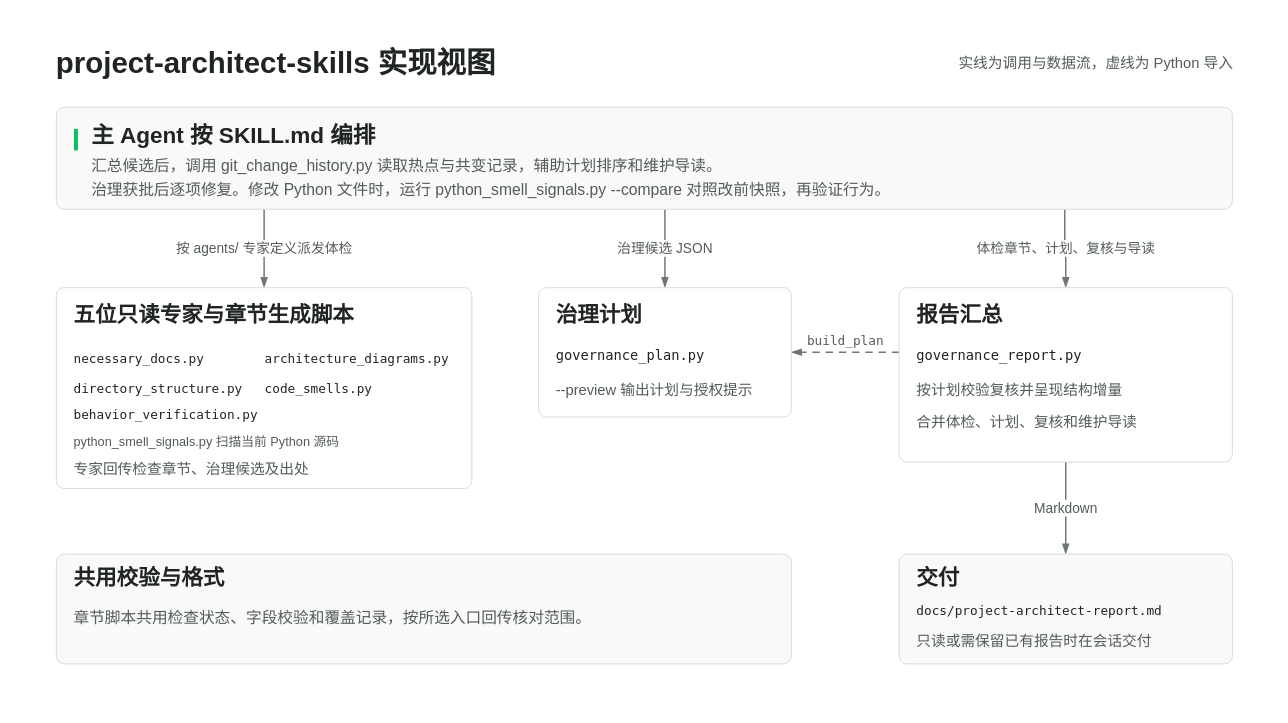
cabbage2000-lab/project-architect-skills keeps this draw.io diagram as docs/diagrams/implementation-architecture.drawio. Above is the earlier version. Source tidied: cells renumbered, new cells numbered last; positions are measured from the earlier drawing's top-left corner, leaving out a move shared by most shapes. Both pictures are drawn from the tidied source at 98%, with x=0, y=0 at pixel (17, 17).
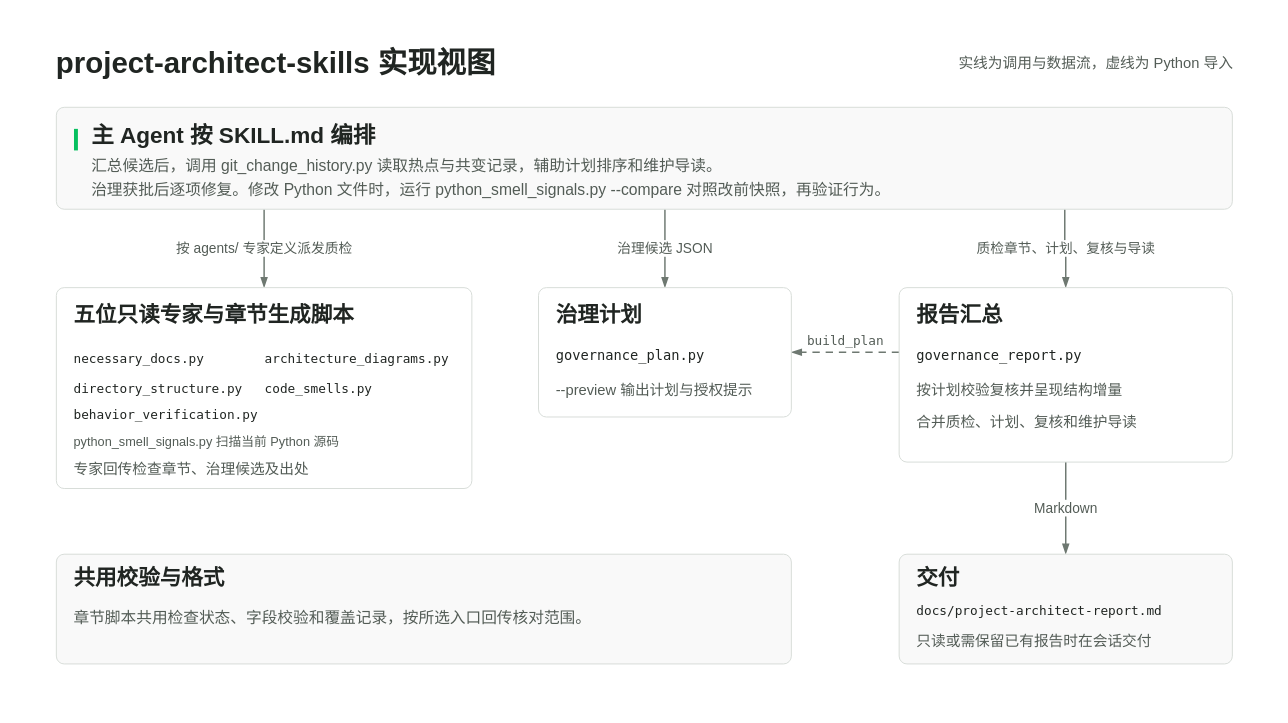
After the change.

The change refers to these unchanged cells:
```xml
<mxCell id="2" style="rounded=0;fillColor=#FFFFFF;strokeColor=none;html=1;" parent="1" vertex="1">
  <mxGeometry width="1280" height="704" as="geometry" />
</mxCell>
<mxCell id="10" style="rounded=1;absoluteArcSize=1;arcSize=16;strokeWidth=1;html=1;fillColor=#F9F9F9;strokeColor=#D8DDD9;" parent="2" vertex="1">
  <mxGeometry x="40" y="92" width="1200" height="104" as="geometry" />
</mxCell>
<mxCell id="15" style="rounded=1;absoluteArcSize=1;arcSize=16;strokeWidth=1;html=1;fillColor=#FFFFFF;strokeColor=#D8DDD9;" parent="2" vertex="1">
  <mxGeometry x="40" y="276" width="424" height="205" as="geometry" />
</mxCell>
<mxCell id="28" style="rounded=1;absoluteArcSize=1;arcSize=16;strokeWidth=1;html=1;fillColor=#FFFFFF;strokeColor=#D8DDD9;" parent="2" vertex="1">
  <mxGeometry x="900" y="276" width="340" height="178" as="geometry" />
</mxCell>
```

The edit, as a diff of the source:
```diff
@@
-    <mxCell id="5" value="按 agents/ 专家定义派发体检" style="edgeStyle=orthogonalEdgeStyle;rounded=1;jettySize=auto;html=1;strokeColor=#6E7871;strokeWidth=1.5;endArrow=blockThin;endFill=1;endSize=7;fontFamily=PingFang SC;fontSize=14;fontColor=#535C56;labelBackgroundColor=#FFFFFF;exitX=0.176666667;exitY=1;entryX=0.5;entryY=0;" parent="2" edge="1" source="10" target="15">
+    <mxCell id="5" value="按 agents/ 专家定义派发质检" style="edgeStyle=orthogonalEdgeStyle;rounded=1;jettySize=auto;html=1;strokeColor=#6E7871;strokeWidth=1.5;endArrow=blockThin;endFill=1;endSize=7;fontFamily=PingFang SC;fontSize=14;fontColor=#535C56;labelBackgroundColor=#FFFFFF;exitX=0.176666667;exitY=1;entryX=0.5;entryY=0;" parent="2" edge="1" source="10" target="15">
       <mxGeometry relative="1" as="geometry" />
     </mxCell>
@@
-    <mxCell id="7" value="体检章节、计划、复核与导读" style="edgeStyle=orthogonalEdgeStyle;rounded=1;jettySize=auto;html=1;strokeColor=#6E7871;strokeWidth=1.5;endArrow=blockThin;endFill=1;endSize=7;fontFamily=PingFang SC;fontSize=14;fontColor=#535C56;labelBackgroundColor=#FFFFFF;exitX=0.8575;exitY=1;entryX=0.5;entryY=0;" parent="2" edge="1" source="10" target="28">
+    <mxCell id="7" value="质检章节、计划、复核与导读" style="edgeStyle=orthogonalEdgeStyle;rounded=1;jettySize=auto;html=1;strokeColor=#6E7871;strokeWidth=1.5;endArrow=blockThin;endFill=1;endSize=7;fontFamily=PingFang SC;fontSize=14;fontColor=#535C56;labelBackgroundColor=#FFFFFF;exitX=0.8575;exitY=1;entryX=0.5;entryY=0;" parent="2" edge="1" source="10" target="28">
       <mxGeometry relative="1" as="geometry" />
     </mxCell>
@@
-    <mxCell id="32" value="合并体检、计划、复核和维护导读" style="text;html=1;whiteSpace=nowrap;fillColor=none;strokeColor=none;verticalAlign=middle;spacing=0;fontFamily=PingFang SC;fontSize=15;fontStyle=0;fontColor=#535C56;align=left;" parent="28" vertex="1">
+    <mxCell id="32" value="合并质检、计划、复核和维护导读" style="text;html=1;whiteSpace=nowrap;fillColor=none;strokeColor=none;verticalAlign=middle;spacing=0;fontFamily=PingFang SC;fontSize=15;fontStyle=0;fontColor=#535C56;align=left;" parent="28" vertex="1">
       <mxGeometry x="18" y="125" width="300" height="23" as="geometry" />
     </mxCell>
```
